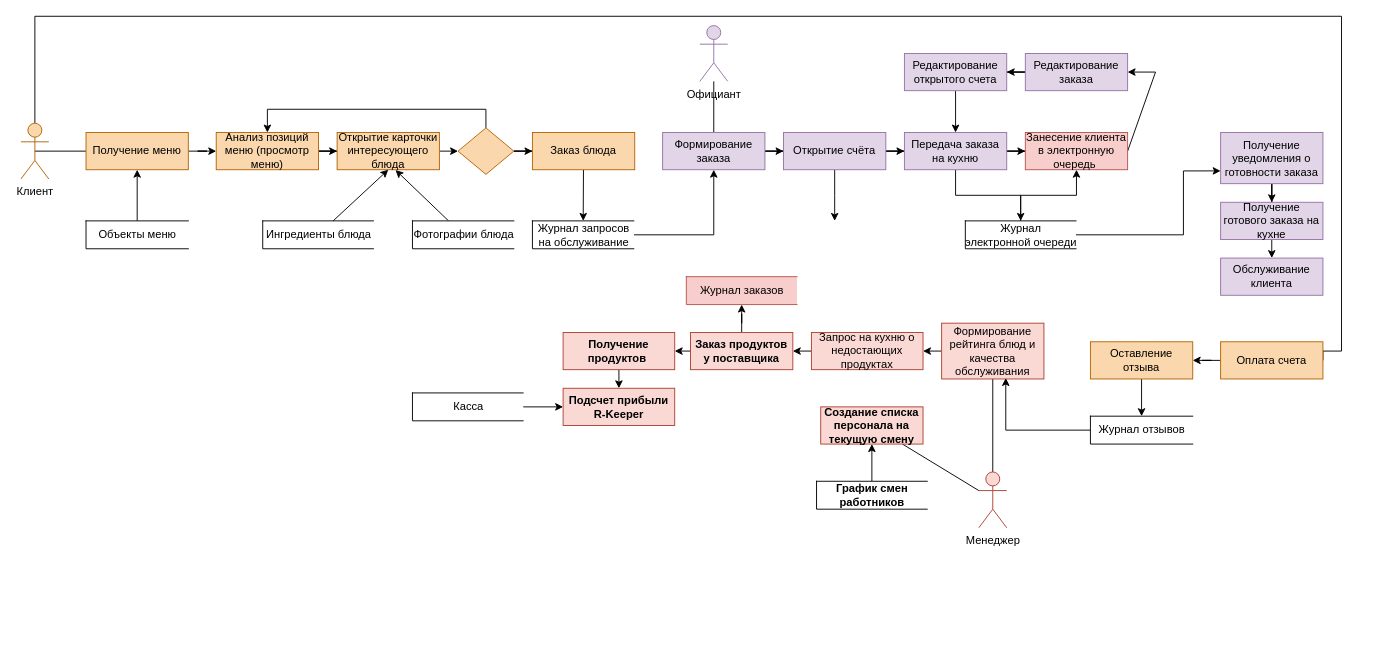
Earlier version of the draw.io diagram DFD-diagram.drawio (maria-kuchina262002/mypracticework). Source tidied: cells renumbered, new cells numbered last; positions are measured from the earlier drawing's top-left corner, leaving out a move shared by most shapes. Both pictures are drawn from the tidied source at 93%, with x=0, y=0 at pixel (20, 16).
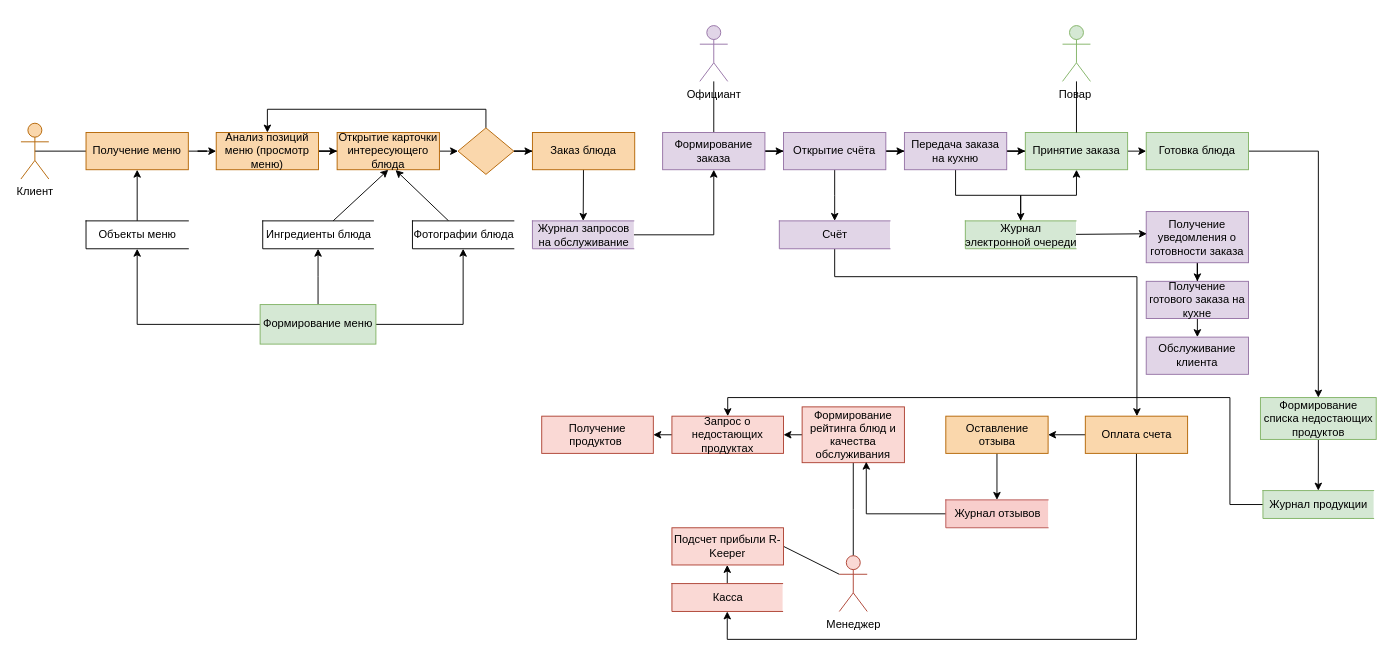
Above is the later version.

The change refers to these unchanged cells:
```xml
<mxCell id="4" value="Клиент" style="shape=umlActor;verticalLabelPosition=bottom;verticalAlign=top;html=1;outlineConnect=0;fillColor=#fad7ac;strokeColor=#b46504;" parent="1" vertex="1">
  <mxGeometry y="115" width="30" height="60" as="geometry" />
</mxCell>
<mxCell id="25" value="Передача заказа на кухню" style="rounded=0;whiteSpace=wrap;html=1;fillColor=#e1d5e7;strokeColor=#9673a6;" parent="1" vertex="1">
  <mxGeometry x="950" y="125" width="110" height="40" as="geometry" />
</mxCell>
<mxCell id="56" value="Объекты меню" style="html=1;dashed=0;whitespace=wrap;shape=partialRectangle;right=0;" parent="1" vertex="1">
  <mxGeometry x="70" y="220" width="110" height="30" as="geometry" />
</mxCell>
<mxCell id="58" value="Ингредиенты блюда" style="html=1;dashed=0;whitespace=wrap;shape=partialRectangle;right=0;" parent="1" vertex="1">
  <mxGeometry x="260" y="220" width="119" height="30" as="geometry" />
</mxCell>
<mxCell id="60" value="Фотографии блюда" style="html=1;dashed=0;whitespace=wrap;shape=partialRectangle;right=0;" parent="1" vertex="1">
  <mxGeometry x="421" y="220" width="109" height="30" as="geometry" />
</mxCell>
```

What changed in the source:
```diff
@@
-    <mxCell id="3" style="edgeStyle=orthogonalEdgeStyle;rounded=0;jettySize=auto;html=1;exitX=0.5;exitY=0;exitDx=0;exitDy=0;exitPerimeter=0;endArrow=none;endFill=0;strokeColor=default;entryX=1;entryY=0.5;entryDx=0;entryDy=0;" parent="1" edge="1" source="4" target="38">
-      <mxGeometry relative="1" as="geometry">
-        <Array as="points">
-          <mxPoint x="15" />
-          <mxPoint x="1420" />
-          <mxPoint x="1420" y="360" />
-          <mxPoint x="1400" y="360" />
-        </Array>
-      </mxGeometry>
-    </mxCell>
@@
-    <mxCell id="26" style="edgeStyle=none;rounded=0;jettySize=auto;html=1;exitX=1;exitY=0.5;exitDx=0;exitDy=0;endArrow=classic;endFill=1;strokeColor=default;" parent="1" edge="1" source="27" target="31">
-      <mxGeometry relative="1" as="geometry">
-        <Array as="points">
-          <mxPoint x="1220" y="60" />
-        </Array>
-      </mxGeometry>
-    </mxCell>
+    <mxCell id="74" style="edgeStyle=none;rounded=0;jettySize=auto;html=1;startArrow=none;startFill=0;endArrow=classic;endFill=1;" parent="1" edge="1" source="27">
+      <mxGeometry relative="1" as="geometry">
+        <mxPoint x="1210" y="145" as="targetPoint" />
+      </mxGeometry>
+    </mxCell>
-    <mxCell id="27" value="Занесение клиента в электронную очередь&amp;nbsp;" style="rounded=0;whiteSpace=wrap;html=1;fillColor=#f8cecc;strokeColor=#b85450;" parent="1" vertex="1">
+    <mxCell id="27" value="Принятие заказа" style="rounded=0;whiteSpace=wrap;html=1;fillColor=#d5e8d4;strokeColor=#82b366;" parent="1" vertex="1">
       <mxGeometry x="1080" y="125" width="110" height="40" as="geometry" />
     </mxCell>
@@
     <mxCell id="29" value="Получение уведомления о готовности заказа" style="rounded=0;whiteSpace=wrap;html=1;fillColor=#e1d5e7;strokeColor=#9673a6;" parent="1" vertex="1">
-      <mxGeometry x="1290" y="125" width="110" height="55" as="geometry" />
+      <mxGeometry x="1210" y="210" width="110" height="55" as="geometry" />
     </mxCell>
-    <mxCell id="30" style="edgeStyle=orthogonalEdgeStyle;rounded=0;jettySize=auto;html=1;exitX=0;exitY=0.5;exitDx=0;exitDy=0;endArrow=classic;endFill=1;strokeColor=default;" parent="1" edge="1" source="31" target="33">
-      <mxGeometry relative="1" as="geometry" />
-    </mxCell>
-    <mxCell id="31" value="Редактирование заказа" style="rounded=0;whiteSpace=wrap;html=1;fillColor=#e1d5e7;strokeColor=#9673a6;" parent="1" vertex="1">
-      <mxGeometry x="1080" y="40" width="110" height="40" as="geometry" />
-    </mxCell>
-    <mxCell id="32" style="edgeStyle=orthogonalEdgeStyle;rounded=0;jettySize=auto;html=1;exitX=0.5;exitY=1;exitDx=0;exitDy=0;entryX=0.5;entryY=0;entryDx=0;entryDy=0;endArrow=classic;endFill=1;strokeColor=default;" parent="1" edge="1" source="33" target="25">
-      <mxGeometry relative="1" as="geometry" />
-    </mxCell>
-    <mxCell id="33" value="Редактирование открытого счета" style="rounded=0;whiteSpace=wrap;html=1;fillColor=#e1d5e7;strokeColor=#9673a6;" parent="1" vertex="1">
-      <mxGeometry x="950" y="40" width="110" height="40" as="geometry" />
-    </mxCell>
@@
     <mxCell id="35" value="Получение готового заказа на кухне" style="rounded=0;whiteSpace=wrap;html=1;fillColor=#e1d5e7;strokeColor=#9673a6;" parent="1" vertex="1">
-      <mxGeometry x="1290" y="200" width="110" height="40" as="geometry" />
+      <mxGeometry x="1210" y="285" width="110" height="40" as="geometry" />
     </mxCell>
     <mxCell id="36" value="Обслуживание клиента" style="rounded=0;whiteSpace=wrap;html=1;fillColor=#e1d5e7;strokeColor=#9673a6;" parent="1" vertex="1">
-      <mxGeometry x="1290" y="260" width="110" height="40" as="geometry" />
+      <mxGeometry x="1210" y="345" width="110" height="40" as="geometry" />
     </mxCell>
@@
+    <mxCell id="75" style="edgeStyle=orthogonalEdgeStyle;rounded=0;jettySize=auto;html=1;entryX=0.5;entryY=1;entryDx=0;entryDy=0;startArrow=none;startFill=0;endArrow=classic;endFill=1;" parent="1" edge="1" source="38" target="73">
+      <mxGeometry relative="1" as="geometry">
+        <Array as="points">
+          <mxPoint x="1200" y="670" />
+          <mxPoint x="760" y="670" />
+        </Array>
+      </mxGeometry>
+    </mxCell>
     <mxCell id="38" value="Оплата счета" style="rounded=0;whiteSpace=wrap;html=1;fillColor=#fad7ac;strokeColor=#b46504;" parent="1" vertex="1">
-      <mxGeometry x="1290" y="350" width="110" height="40" as="geometry" />
+      <mxGeometry x="1144.5" y="430" width="110" height="40" as="geometry" />
     </mxCell>
@@
     <mxCell id="40" value="Оставление отзыва" style="rounded=0;whiteSpace=wrap;html=1;fillColor=#fad7ac;strokeColor=#b46504;" parent="1" vertex="1">
-      <mxGeometry x="1150" y="350" width="110" height="40" as="geometry" />
+      <mxGeometry x="994.5" y="430" width="110" height="40" as="geometry" />
     </mxCell>
     <mxCell id="41" style="edgeStyle=orthogonalEdgeStyle;rounded=0;jettySize=auto;html=1;endArrow=none;endFill=0;strokeColor=default;" parent="1" edge="1" source="43">
       <mxGeometry relative="1" as="geometry">
-        <mxPoint x="1045" y="390" as="targetPoint" />
+        <mxPoint x="895" y="480" as="targetPoint" />
       </mxGeometry>
     </mxCell>
-    <mxCell id="42" style="rounded=0;jettySize=auto;html=1;exitX=0;exitY=0.3333333333333333;exitDx=0;exitDy=0;exitPerimeter=0;endArrow=none;endFill=0;strokeColor=default;" parent="1" edge="1" source="43" target="44">
-      <mxGeometry relative="1" as="geometry" />
-    </mxCell>
+    <mxCell id="76" style="rounded=0;jettySize=auto;html=1;exitX=0;exitY=0.3333333333333333;exitDx=0;exitDy=0;exitPerimeter=0;entryX=1;entryY=0.5;entryDx=0;entryDy=0;endArrow=none;endFill=0;" parent="1" edge="1" source="43" target="54">
+      <mxGeometry relative="1" as="geometry" />
+    </mxCell>
     <mxCell id="43" value="Менеджер" style="shape=umlActor;verticalLabelPosition=bottom;verticalAlign=top;html=1;outlineConnect=0;rounded=0;fillColor=#fad9d5;strokeColor=#ae4132;" parent="1" vertex="1">
-      <mxGeometry x="1030" y="490" width="30" height="60" as="geometry" />
+      <mxGeometry x="880" y="580" width="30" height="60" as="geometry" />
     </mxCell>
-    <mxCell id="44" value="Создание списка персонала на текущую смену" style="rounded=0;whiteSpace=wrap;html=1;fillColor=#fad9d5;strokeColor=#ae4132;fontStyle=1;" parent="1" vertex="1">
-      <mxGeometry x="860" y="420" width="110" height="40" as="geometry" />
-    </mxCell>
-    <mxCell id="45" style="edgeStyle=none;rounded=0;jettySize=auto;html=1;exitX=0;exitY=0.5;exitDx=0;exitDy=0;endArrow=classic;endFill=1;strokeColor=default;" parent="1" edge="1" source="47" target="53">
-      <mxGeometry relative="1" as="geometry" />
-    </mxCell>
-    <mxCell id="46" style="edgeStyle=orthogonalEdgeStyle;rounded=0;jettySize=auto;html=1;" parent="1" edge="1" source="47" target="71">
-      <mxGeometry relative="1" as="geometry" />
-    </mxCell>
-    <mxCell id="47" value="Заказ продуктов у поставщика" style="rounded=0;whiteSpace=wrap;html=1;fillColor=#fad9d5;strokeColor=#ae4132;fontStyle=1;" parent="1" vertex="1">
-      <mxGeometry x="720" y="340" width="110" height="40" as="geometry" />
-    </mxCell>
-    <mxCell id="48" style="edgeStyle=orthogonalEdgeStyle;rounded=0;jettySize=auto;html=1;exitX=0;exitY=0.5;exitDx=0;exitDy=0;entryX=1;entryY=0.5;entryDx=0;entryDy=0;endArrow=classic;endFill=1;strokeColor=default;" parent="1" edge="1" source="49" target="47">
-      <mxGeometry relative="1" as="geometry" />
+    <mxCell id="48" style="edgeStyle=orthogonalEdgeStyle;rounded=0;jettySize=auto;html=1;exitX=0;exitY=0.5;exitDx=0;exitDy=0;entryX=1;entryY=0.5;entryDx=0;entryDy=0;endArrow=classic;endFill=1;strokeColor=default;" parent="1" edge="1" source="49">
+      <mxGeometry relative="1" as="geometry">
+        <mxPoint x="680" y="450" as="targetPoint" />
+      </mxGeometry>
     </mxCell>
+    <mxCell id="77" style="edgeStyle=orthogonalEdgeStyle;rounded=0;jettySize=auto;html=1;entryX=0;entryY=0.5;entryDx=0;entryDy=0;startArrow=classic;startFill=1;endArrow=none;endFill=0;" parent="1" edge="1" source="49" target="84">
+      <mxGeometry relative="1" as="geometry">
+        <Array as="points">
+          <mxPoint x="760" y="410" />
+          <mxPoint x="1300" y="410" />
+          <mxPoint x="1300" y="525" />
+        </Array>
+      </mxGeometry>
+    </mxCell>
-    <mxCell id="49" value="Запрос на кухню о недостающих продуктах" style="rounded=0;whiteSpace=wrap;html=1;fillColor=#fad9d5;strokeColor=#ae4132;" parent="1" vertex="1">
-      <mxGeometry x="850" y="340" width="120" height="40" as="geometry" />
+    <mxCell id="49" value="Запрос о недостающих продуктах" style="rounded=0;whiteSpace=wrap;html=1;fillColor=#fad9d5;strokeColor=#ae4132;" parent="1" vertex="1">
+      <mxGeometry x="700" y="430" width="120" height="40" as="geometry" />
     </mxCell>
@@
     <mxCell id="51" value="Формирование рейтинга блюд и качества обслуживания" style="rounded=0;whiteSpace=wrap;html=1;fillColor=#fad9d5;strokeColor=#ae4132;" parent="1" vertex="1">
-      <mxGeometry x="990" y="330" width="110" height="60" as="geometry" />
+      <mxGeometry x="840" y="420" width="110" height="60" as="geometry" />
     </mxCell>
-    <mxCell id="52" style="edgeStyle=none;rounded=0;jettySize=auto;html=1;exitX=0.5;exitY=1;exitDx=0;exitDy=0;endArrow=classic;endFill=1;strokeColor=default;" parent="1" edge="1" source="53" target="54">
-      <mxGeometry relative="1" as="geometry" />
-    </mxCell>
-    <mxCell id="53" value="Получение продуктов&amp;nbsp;" style="rounded=0;whiteSpace=wrap;html=1;fillColor=#fad9d5;strokeColor=#ae4132;fontStyle=1;" parent="1" vertex="1">
-      <mxGeometry x="583" y="340" width="120" height="40" as="geometry" />
+    <mxCell id="53" value="&lt;span style=&quot;font-weight: normal&quot;&gt;Получение продуктов&amp;nbsp;&lt;/span&gt;" style="rounded=0;whiteSpace=wrap;html=1;fillColor=#fad9d5;strokeColor=#ae4132;fontStyle=1;" parent="1" vertex="1">
+      <mxGeometry x="560" y="430" width="120" height="40" as="geometry" />
     </mxCell>
-    <mxCell id="54" value="Подсчет прибыли R-Keeper" style="rounded=0;whiteSpace=wrap;html=1;fillColor=#fad9d5;strokeColor=#ae4132;fontStyle=1;" parent="1" vertex="1">
-      <mxGeometry x="583" y="400" width="120" height="40" as="geometry" />
+    <mxCell id="54" value="&lt;span style=&quot;font-weight: normal&quot;&gt;Подсчет прибыли R-Keeper&lt;/span&gt;" style="rounded=0;whiteSpace=wrap;html=1;fillColor=#fad9d5;strokeColor=#ae4132;fontStyle=1;" parent="1" vertex="1">
+      <mxGeometry x="700" y="550" width="120" height="40" as="geometry" />
     </mxCell>
@@
-    <mxCell id="62" value="Журнал запросов&lt;br&gt;на обслуживание" style="html=1;dashed=0;whitespace=wrap;shape=partialRectangle;right=0;" parent="1" vertex="1">
+    <mxCell id="62" value="Журнал запросов&lt;br&gt;на обслуживание" style="html=1;dashed=0;whitespace=wrap;shape=partialRectangle;right=0;fillColor=#e1d5e7;strokeColor=#9673a6;" parent="1" vertex="1">
       <mxGeometry x="550" y="220" width="109" height="30" as="geometry" />
     </mxCell>
@@
-    <mxCell id="65" style="edgeStyle=orthogonalEdgeStyle;rounded=0;jettySize=auto;html=1;entryX=0;entryY=0.75;entryDx=0;entryDy=0;" parent="1" edge="1" source="66" target="29">
-      <mxGeometry relative="1" as="geometry">
-        <Array as="points">
-          <mxPoint x="1250" y="235" />
-          <mxPoint x="1250" y="166" />
-        </Array>
-      </mxGeometry>
+    <mxCell id="65" style="edgeStyle=none;rounded=0;jettySize=auto;html=1;startArrow=none;startFill=0;endArrow=classic;endFill=1;entryX=0.006;entryY=0.434;entryDx=0;entryDy=0;entryPerimeter=0;" parent="1" edge="1" source="66" target="29">
+      <mxGeometry relative="1" as="geometry" />
     </mxCell>
-    <mxCell id="66" value="Журнал &lt;br&gt;электронной очереди" style="html=1;dashed=0;whitespace=wrap;shape=partialRectangle;right=0;" parent="1" vertex="1">
+    <mxCell id="66" value="Журнал &lt;br&gt;электронной очереди" style="html=1;dashed=0;whitespace=wrap;shape=partialRectangle;right=0;fillColor=#d5e8d4;strokeColor=#82b366;" parent="1" vertex="1">
       <mxGeometry x="1015.5" y="220" width="119" height="30" as="geometry" />
     </mxCell>
@@
-    <mxCell id="68" value="Журнал отзывов" style="html=1;dashed=0;whitespace=wrap;shape=partialRectangle;right=0;" parent="1" vertex="1">
-      <mxGeometry x="1150" y="430" width="110" height="30" as="geometry" />
+    <mxCell id="68" value="Журнал отзывов" style="html=1;dashed=0;whitespace=wrap;shape=partialRectangle;right=0;fillColor=#f8cecc;strokeColor=#b85450;" parent="1" vertex="1">
+      <mxGeometry x="994.5" y="520" width="110" height="30" as="geometry" />
     </mxCell>
-    <mxCell id="69" style="edgeStyle=orthogonalEdgeStyle;rounded=0;jettySize=auto;html=1;exitX=0.5;exitY=0;exitDx=0;exitDy=0;" parent="1" edge="1" source="70" target="44">
-      <mxGeometry relative="1" as="geometry" />
-    </mxCell>
-    <mxCell id="70" value="График смен &lt;br&gt;работников" style="html=1;dashed=0;whitespace=wrap;shape=partialRectangle;right=0;fontStyle=1;" parent="1" vertex="1">
-      <mxGeometry x="855.5" y="500" width="119" height="30" as="geometry" />
-    </mxCell>
-    <mxCell id="71" value="Журнал заказов" style="html=1;dashed=0;whitespace=wrap;shape=partialRectangle;right=0;fillColor=#f8cecc;strokeColor=#b85450;" parent="1" vertex="1">
-      <mxGeometry x="715.5" y="280" width="119" height="30" as="geometry" />
-    </mxCell>
@@
-    <mxCell id="73" value="Касса" style="html=1;dashed=0;whitespace=wrap;shape=partialRectangle;right=0;" parent="1" vertex="1">
-      <mxGeometry x="421" y="405" width="119" height="30" as="geometry" />
+    <mxCell id="73" value="Касса" style="html=1;dashed=0;whitespace=wrap;shape=partialRectangle;right=0;fillColor=#fad9d5;strokeColor=#ae4132;" parent="1" vertex="1">
+      <mxGeometry x="700" y="610" width="119" height="30" as="geometry" />
     </mxCell>
+    <mxCell id="78" style="edgeStyle=none;rounded=0;jettySize=auto;html=1;entryX=0.5;entryY=0;entryDx=0;entryDy=0;endArrow=none;endFill=0;" parent="1" edge="1" source="79" target="27">
+      <mxGeometry relative="1" as="geometry" />
+    </mxCell>
+    <mxCell id="79" value="Повар&amp;nbsp;" style="shape=umlActor;verticalLabelPosition=bottom;verticalAlign=top;html=1;outlineConnect=0;fillColor=#d5e8d4;strokeColor=#82b366;" parent="1" vertex="1">
+      <mxGeometry x="1120" y="10" width="30" height="60" as="geometry" />
+    </mxCell>
+    <mxCell id="80" style="edgeStyle=orthogonalEdgeStyle;rounded=0;jettySize=auto;html=1;entryX=0.5;entryY=0;entryDx=0;entryDy=0;startArrow=none;startFill=0;endArrow=classic;endFill=1;" parent="1" edge="1" source="81" target="83">
+      <mxGeometry relative="1" as="geometry" />
+    </mxCell>
+    <mxCell id="81" value="Готовка блюда" style="rounded=0;whiteSpace=wrap;html=1;fillColor=#d5e8d4;strokeColor=#82b366;" parent="1" vertex="1">
+      <mxGeometry x="1210" y="125" width="110" height="40" as="geometry" />
+    </mxCell>
+    <mxCell id="82" style="edgeStyle=orthogonalEdgeStyle;rounded=0;jettySize=auto;html=1;startArrow=none;startFill=0;endArrow=classic;endFill=1;" parent="1" edge="1" source="83" target="84">
+      <mxGeometry relative="1" as="geometry" />
+    </mxCell>
+    <mxCell id="83" value="Формирование списка недостающих продуктов" style="rounded=0;whiteSpace=wrap;html=1;fillColor=#d5e8d4;strokeColor=#82b366;" parent="1" vertex="1">
+      <mxGeometry x="1332.8" y="410" width="124.5" height="45" as="geometry" />
+    </mxCell>
+    <mxCell id="84" value="Журнал продукции" style="html=1;dashed=0;whitespace=wrap;shape=partialRectangle;right=0;fillColor=#d5e8d4;strokeColor=#82b366;" parent="1" vertex="1">
+      <mxGeometry x="1335.5" y="510" width="119" height="30" as="geometry" />
+    </mxCell>
+    <mxCell id="85" style="edgeStyle=orthogonalEdgeStyle;rounded=0;jettySize=auto;html=1;startArrow=none;startFill=0;endArrow=classic;endFill=1;" parent="1" edge="1" source="86" target="38">
+      <mxGeometry relative="1" as="geometry">
+        <Array as="points">
+          <mxPoint x="875" y="280" />
+          <mxPoint x="1200" y="280" />
+        </Array>
+      </mxGeometry>
+    </mxCell>
+    <mxCell id="86" value="Счёт" style="html=1;dashed=0;whitespace=wrap;shape=partialRectangle;right=0;fillColor=#e1d5e7;strokeColor=#9673a6;" parent="1" vertex="1">
+      <mxGeometry x="815.5" y="220" width="119" height="30" as="geometry" />
+    </mxCell>
+    <mxCell id="87" style="edgeStyle=orthogonalEdgeStyle;rounded=0;jettySize=auto;html=1;startArrow=none;startFill=0;endArrow=classic;endFill=1;" parent="1" edge="1" source="90" target="58">
+      <mxGeometry relative="1" as="geometry" />
+    </mxCell>
+    <mxCell id="88" style="edgeStyle=orthogonalEdgeStyle;rounded=0;jettySize=auto;html=1;entryX=0.5;entryY=1;entryDx=0;entryDy=0;startArrow=none;startFill=0;endArrow=classic;endFill=1;" parent="1" edge="1" source="90" target="56">
+      <mxGeometry relative="1" as="geometry" />
+    </mxCell>
+    <mxCell id="89" style="edgeStyle=orthogonalEdgeStyle;rounded=0;jettySize=auto;html=1;entryX=0.5;entryY=1;entryDx=0;entryDy=0;startArrow=none;startFill=0;endArrow=classic;endFill=1;" parent="1" edge="1" source="90" target="60">
+      <mxGeometry relative="1" as="geometry" />
+    </mxCell>
+    <mxCell id="90" value="Формирование меню" style="rounded=0;whiteSpace=wrap;html=1;fillColor=#d5e8d4;strokeColor=#82b366;" parent="1" vertex="1">
+      <mxGeometry x="257.2" y="310" width="124.5" height="42.5" as="geometry" />
+    </mxCell>
```
